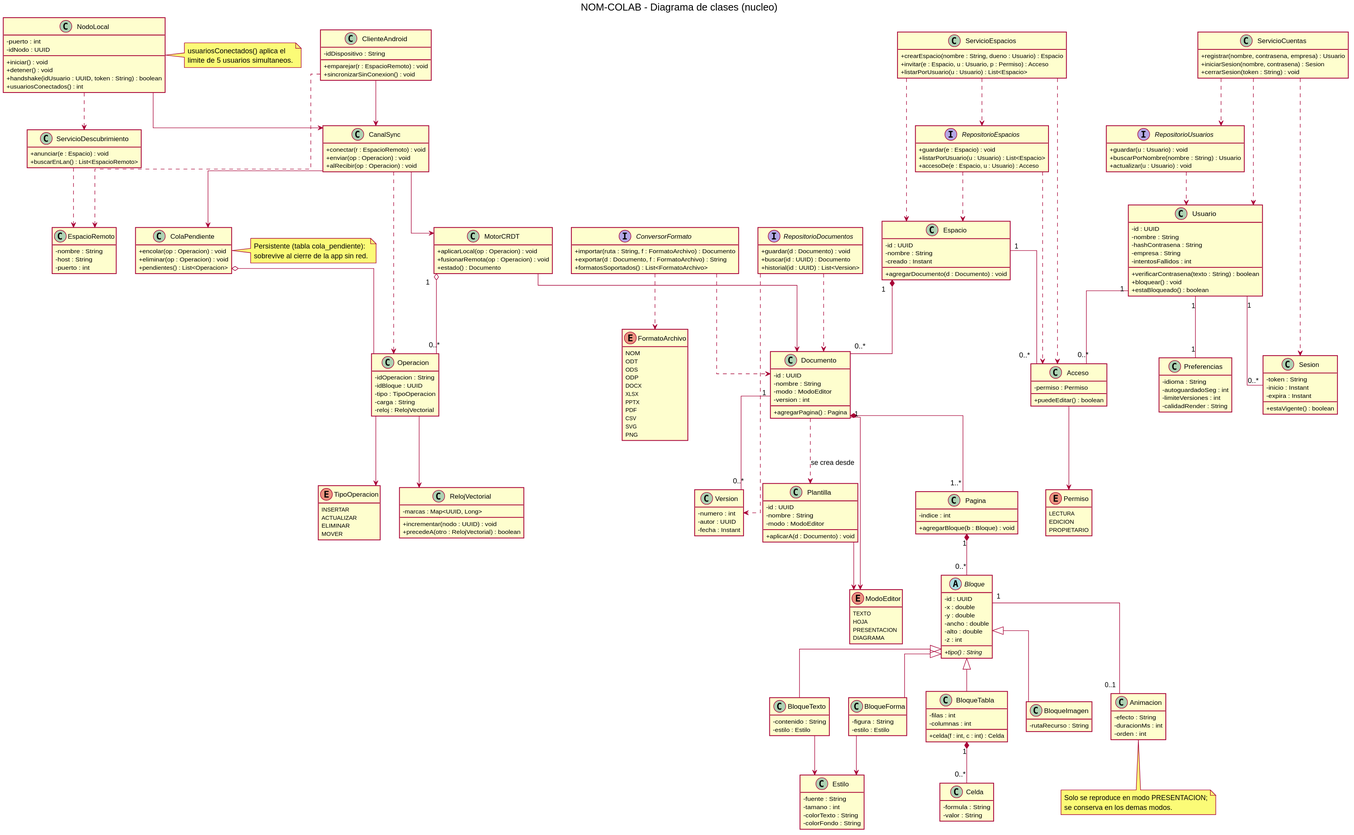
Before: 4-CODIGO/diagramas/svg/01-clases.svg, a diagram exported from PlantUML (TruTruMaster/NOM-COLAB).
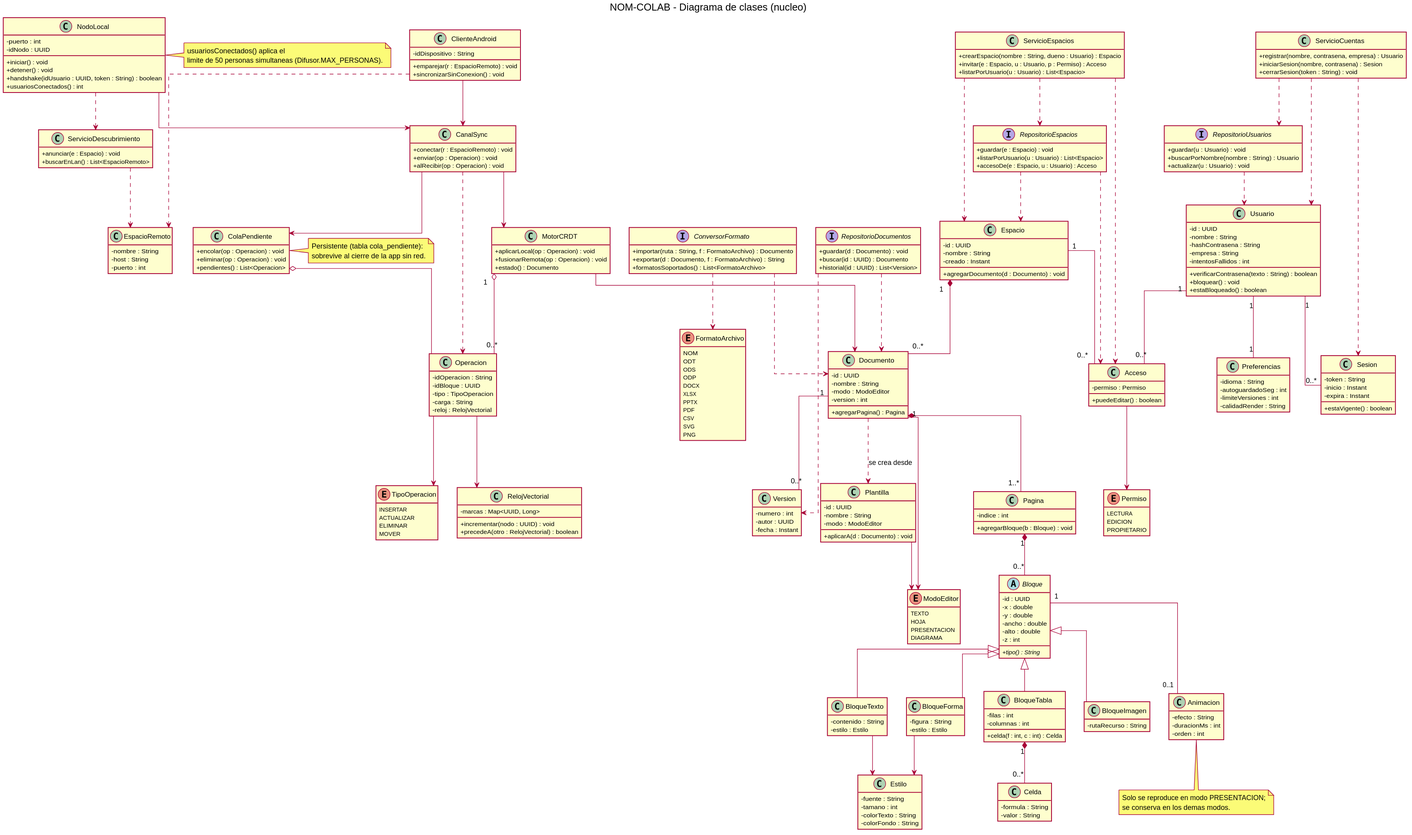
The same file after the commit.

Change to the diagram source:
```diff
@@ -289,7 +289,7 @@
 
 note right of NodoLocal
   usuariosConectados() aplica el
-  limite de 5 usuarios simultaneos.
+  limite de 50 personas simultaneas (Difusor.MAX_PERSONAS).
 end note
 
 note right of ColaPendiente
```
